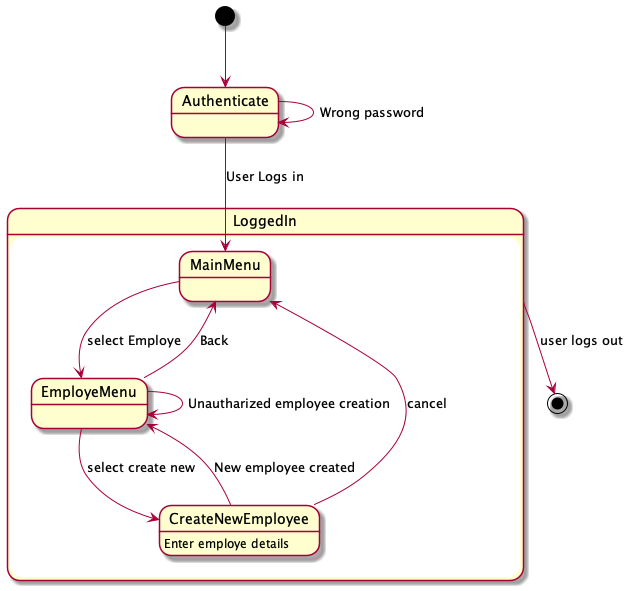
This is design/statediagr/CreateUser.png from unnar19/pepsi-max, a PlantUML export, as it was before one commit.
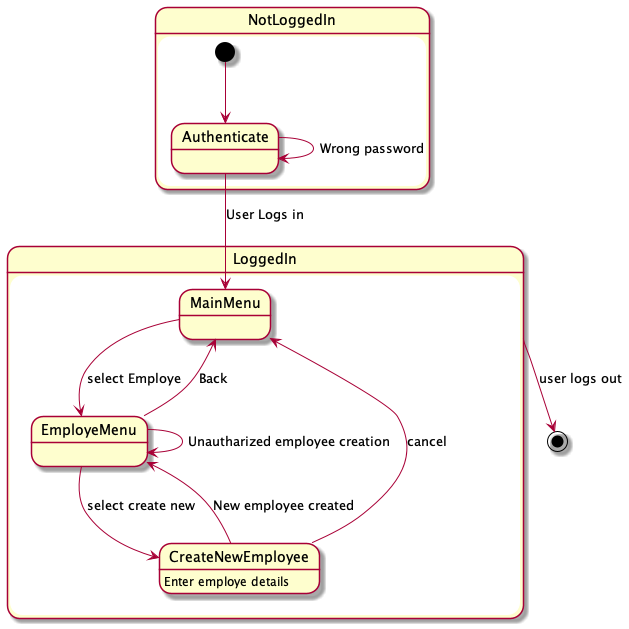
The same file after the commit.

Commit message:
Edited state Diagr

Change to the diagram source:
```diff
@@ -1,8 +1,18 @@
 @startuml CreateUser
 
-[*] --> Authenticate
+state NotLoggedIn{
+
+    [*] --> Authenticate
+
+    Authenticate --> Authenticate : Wrong password
+
+}
+
+
 
 state LoggedIn{
+
+    Authenticate --> MainMenu : User Logs in
 
     MainMenu --> EmployeMenu : select Employe
 
@@ -17,13 +27,11 @@
 
 }
 
-Authenticate --> Authenticate : Wrong password
 
-
-Authenticate --> MainMenu : User Logs in
 
 LoggedIn --> [*] : user logs out
 
 
 
+
 @enduml
```
